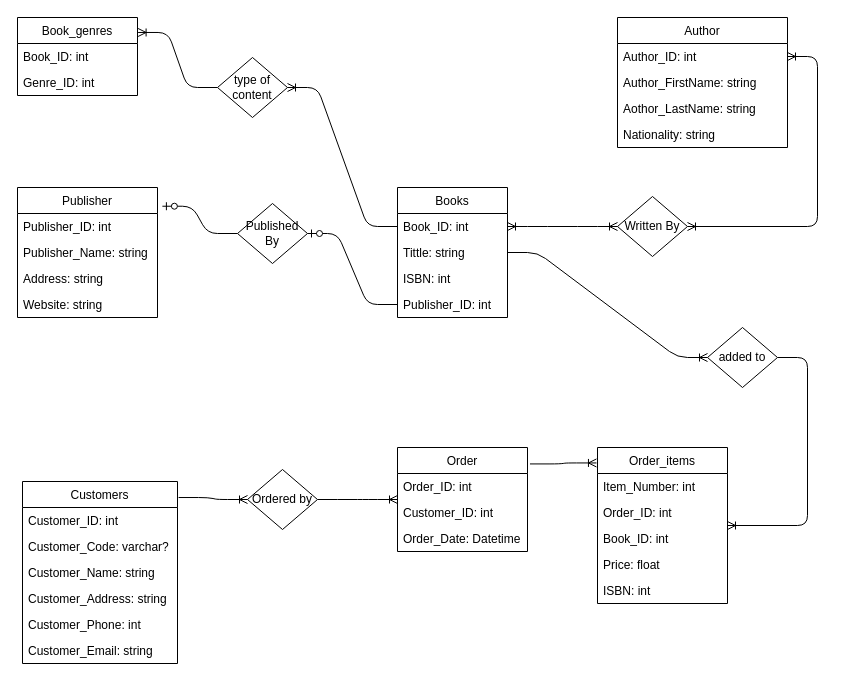
Before: bookstore.drawio in Frepacha/FE21-BDDev-Day1-Delgado-Jashari, a draw.io diagram. Source tidied: cells renumbered, new cells numbered last; positions are measured from the earlier drawing's top-left corner, leaving out a move shared by most shapes. Both pictures are drawn from the tidied source at 100%, with x=0, y=0 at pixel (17, 17).
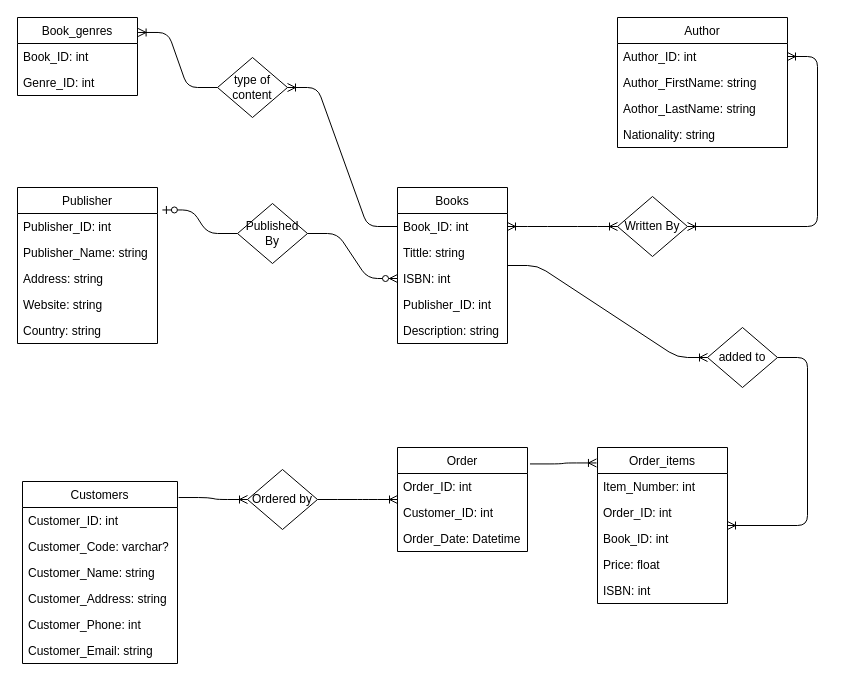
Above is the later version.

The change refers to these unchanged cells:
```xml
<mxCell id="5" value="ISBN: int" style="text;strokeColor=none;fillColor=none;align=left;verticalAlign=top;spacingLeft=4;spacingRight=4;overflow=hidden;points=[[0,0.5],[1,0.5]];portConstraint=eastwest;" parent="2" vertex="1">
  <mxGeometry y="78" width="110" height="26" as="geometry" />
</mxCell>
<mxCell id="6" value="Publisher_ID: int" style="text;strokeColor=none;fillColor=none;align=left;verticalAlign=top;spacingLeft=4;spacingRight=4;overflow=hidden;points=[[0,0.5],[1,0.5]];portConstraint=eastwest;" parent="2" vertex="1">
  <mxGeometry y="104" width="110" height="26" as="geometry" />
</mxCell>
<mxCell id="47" value="Published By" style="shape=rhombus;perimeter=rhombusPerimeter;whiteSpace=wrap;html=1;align=center;" parent="1" vertex="1">
  <mxGeometry x="220" y="186" width="70" height="60" as="geometry" />
</mxCell>
```

Change to the diagram source:
```diff
@@
     <mxCell id="2" value="Books" style="swimlane;fontStyle=0;horizontal=1;startSize=26;fillColor=none;" parent="1" vertex="1">
-      <mxGeometry x="380" y="170" width="110" height="130" as="geometry" />
+      <mxGeometry x="380" y="170" width="110" height="156" as="geometry" />
     </mxCell>
@@
+    <mxCell id="53" value="Description: string" style="text;strokeColor=none;fillColor=none;align=left;verticalAlign=top;spacingLeft=4;spacingRight=4;overflow=hidden;" parent="2" vertex="1">
+      <mxGeometry y="130" width="110" height="26" as="geometry" />
+    </mxCell>
@@
     <mxCell id="41" value="Publisher" style="swimlane;fontStyle=0;horizontal=1;startSize=26;fillColor=none;" parent="1" vertex="1">
-      <mxGeometry y="170" width="140" height="130" as="geometry" />
+      <mxGeometry y="170" width="140" height="156" as="geometry" />
     </mxCell>
@@
+    <mxCell id="54" value="Country: string" style="text;strokeColor=none;fillColor=none;align=left;verticalAlign=top;spacingLeft=4;spacingRight=4;overflow=hidden;" parent="41" vertex="1">
+      <mxGeometry y="130" width="140" height="26" as="geometry" />
+    </mxCell>
@@
-    <mxCell id="48" style="edgeStyle=entityRelationEdgeStyle;fontSize=12;html=1;endArrow=ERzeroToOne;endFill=1;entryX=1;entryY=0.5;entryDx=0;entryDy=0;exitX=0;exitY=0.5;exitDx=0;exitDy=0;" parent="1" edge="1" source="6" target="47">
-      <mxGeometry relative="1" as="geometry" />
-    </mxCell>
@@
+    <mxCell id="55" style="edgeStyle=entityRelationEdgeStyle;fontSize=12;html=1;endArrow=ERzeroToMany;endFill=1;exitX=1;exitY=0.5;exitDx=0;exitDy=0;entryX=0;entryY=0.5;entryDx=0;entryDy=0;" parent="1" edge="1" source="47" target="5">
+      <mxGeometry relative="1" as="geometry" />
+    </mxCell>
```
